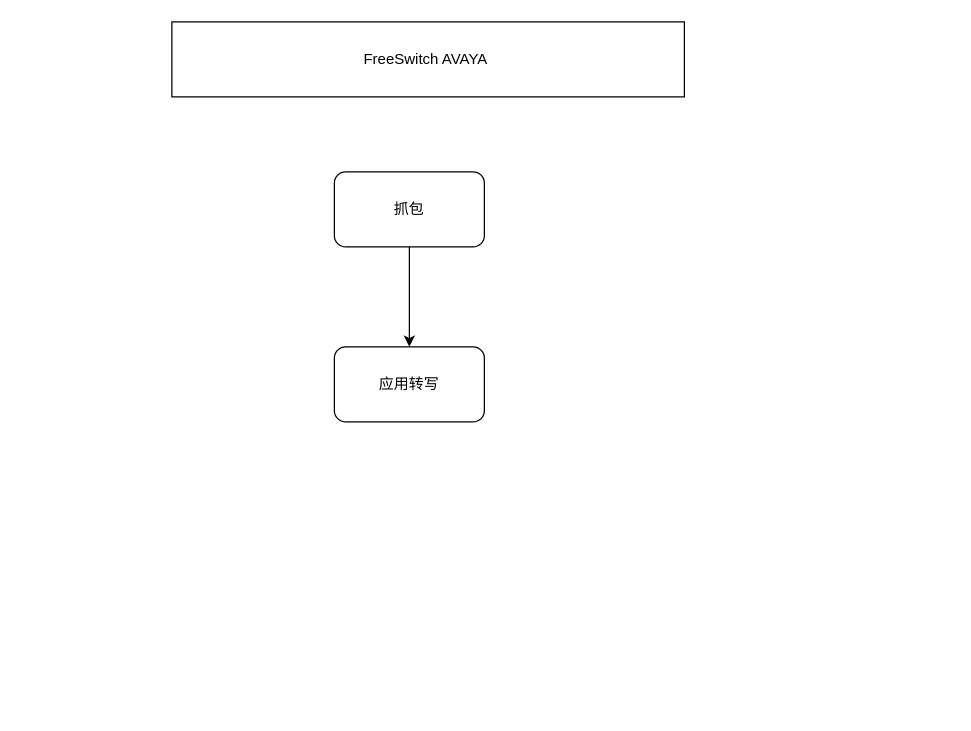
Earlier version of the draw.io diagram 未命名表单.drawio (DearZh/MonkeyScript). Source tidied: cells renumbered, new cells numbered last; positions are measured from the earlier drawing's top-left corner, leaving out a move shared by most shapes. Both pictures are drawn from the tidied source at 125%, with x=0, y=0 at pixel (171, 21).
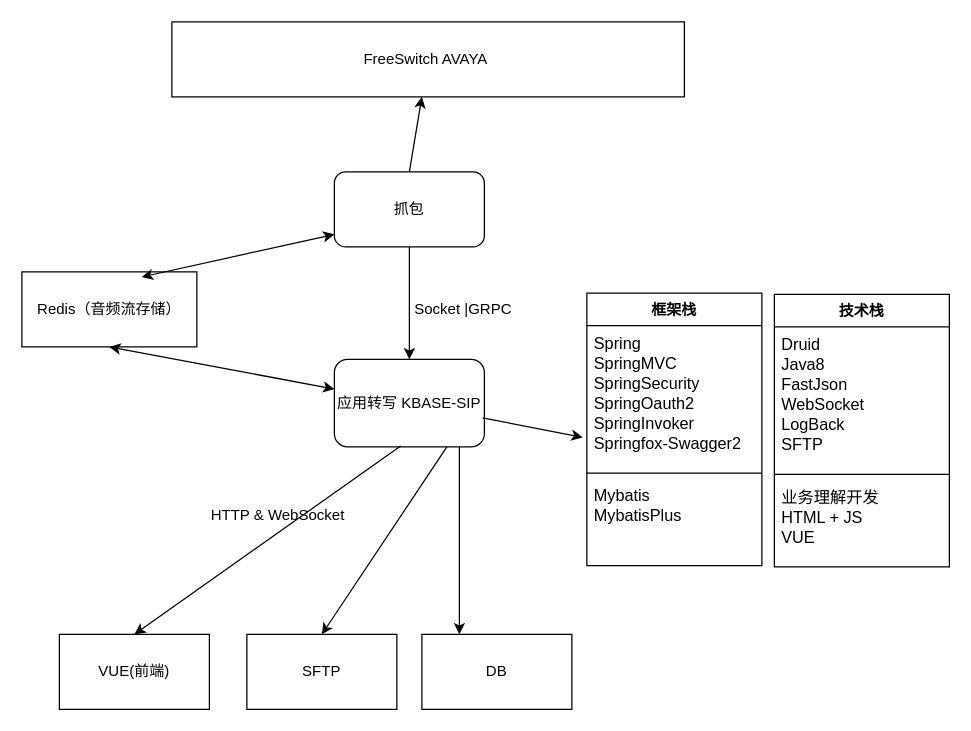
Above is the later version.

Commit message:
更新未命名表单.drawio

Unchanged cells that the change refers to:
```xml
<mxCell id="3" value="抓包" style="rounded=1;whiteSpace=wrap;html=1;" parent="1" vertex="1">
  <mxGeometry x="130" y="120" width="120" height="60" as="geometry" />
</mxCell>
<mxCell id="5" value="FreeSwitch AVAYA&amp;nbsp;" style="rounded=0;whiteSpace=wrap;html=1;" parent="1" vertex="1">
  <mxGeometry width="410" height="60" as="geometry" />
</mxCell>
```

Change to the diagram source:
```diff
@@
-    <mxCell id="4" value="应用转写" style="rounded=1;whiteSpace=wrap;html=1;" parent="1" vertex="1">
-      <mxGeometry x="130" y="260" width="120" height="60" as="geometry" />
+    <mxCell id="4" value="应用转写 KBASE-SIP" style="rounded=1;whiteSpace=wrap;html=1;" parent="1" vertex="1">
+      <mxGeometry x="130" y="270" width="120" height="70" as="geometry" />
     </mxCell>
@@
+    <mxCell id="6" value="Socket |GRPC&amp;nbsp;&lt;br&gt;" style="text;html=1;strokeColor=none;fillColor=none;align=center;verticalAlign=middle;whiteSpace=wrap;rounded=0;" parent="1" vertex="1">
+      <mxGeometry x="160" y="220" width="150" height="20" as="geometry" />
+    </mxCell>
+    <mxCell id="7" value="Redis（音频流存储）&lt;br&gt;" style="rounded=0;whiteSpace=wrap;html=1;" parent="1" vertex="1">
+      <mxGeometry x="-120" y="200" width="140" height="60" as="geometry" />
+    </mxCell>
+    <mxCell id="8" style="endArrow=classic;startArrow=classic;html=1;exitX=0.685;exitY=0.068;exitDx=0;exitDy=0;exitPerimeter=0;" parent="1" edge="1" source="7">
+      <mxGeometry relative="1" as="geometry">
+        <mxPoint x="130" y="170" as="targetPoint" />
+        <Array as="points">
+          <mxPoint x="130" y="170" />
+        </Array>
+      </mxGeometry>
+    </mxCell>
+    <mxCell id="9" style="endArrow=classic;startArrow=classic;html=1;exitX=0.5;exitY=1;exitDx=0;exitDy=0;" parent="1" edge="1" source="7" target="4">
+      <mxGeometry relative="1" as="geometry" />
+    </mxCell>
+    <mxCell id="10" value="DB" style="rounded=0;whiteSpace=wrap;html=1;" parent="1" vertex="1">
+      <mxGeometry x="200" y="490" width="120" height="60" as="geometry" />
+    </mxCell>
+    <mxCell id="11" value="SFTP&lt;br&gt;" style="rounded=0;whiteSpace=wrap;html=1;" parent="1" vertex="1">
+      <mxGeometry x="60" y="490" width="120" height="60" as="geometry" />
+    </mxCell>
+    <mxCell id="12" value="VUE(前端)&lt;br&gt;" style="rounded=0;whiteSpace=wrap;html=1;" parent="1" vertex="1">
+      <mxGeometry x="-90" y="490" width="120" height="60" as="geometry" />
+    </mxCell>
+    <mxCell id="13" style="endArrow=classic;html=1;exitX=0.5;exitY=0;exitDx=0;exitDy=0;" parent="1" edge="1" source="3" target="5">
+      <mxGeometry relative="1" as="geometry" />
+    </mxCell>
+    <mxCell id="14" style="endArrow=classic;html=1;exitX=0.442;exitY=0.99;exitDx=0;exitDy=0;exitPerimeter=0;entryX=0.5;entryY=0;entryDx=0;entryDy=0;" parent="1" edge="1" source="4" target="12">
+      <mxGeometry relative="1" as="geometry" />
+    </mxCell>
+    <mxCell id="15" value="HTTP &amp;amp; WebSocket&lt;br&gt;" style="text;html=1;strokeColor=none;fillColor=none;align=center;verticalAlign=middle;whiteSpace=wrap;rounded=0;" parent="1" vertex="1">
+      <mxGeometry x="10" y="385" width="150" height="20" as="geometry" />
+    </mxCell>
+    <mxCell id="16" style="endArrow=classic;html=1;entryX=0.5;entryY=0;entryDx=0;entryDy=0;exitX=0.75;exitY=1;exitDx=0;exitDy=0;" parent="1" edge="1" source="4" target="11">
+      <mxGeometry relative="1" as="geometry" />
+    </mxCell>
+    <mxCell id="17" style="endArrow=classic;html=1;entryX=0.25;entryY=0;entryDx=0;entryDy=0;" parent="1" edge="1" target="10">
+      <mxGeometry relative="1" as="geometry">
+        <mxPoint x="230" y="340" as="sourcePoint" />
+      </mxGeometry>
+    </mxCell>
+    <mxCell id="18" value="框架栈&#10;" style="swimlane;fontStyle=1;align=center;verticalAlign=top;horizontal=1;startSize=26;" parent="1" vertex="1">
+      <mxGeometry x="332" y="217" width="140" height="218" as="geometry" />
+    </mxCell>
+    <mxCell id="19" value="Spring&#10;SpringMVC&#10;SpringSecurity&#10;SpringOauth2&#10;SpringInvoker &#10;Springfox-Swagger2" style="text;strokeColor=none;fillColor=none;align=left;verticalAlign=top;spacingLeft=4;spacingRight=4;overflow=hidden;points=[[0,0.5],[1,0.5]];portConstraint=eastwest;fontSize=13;" parent="18" vertex="1">
+      <mxGeometry y="26" width="140" height="114" as="geometry" />
+    </mxCell>
+    <mxCell id="20" style="line;strokeWidth=1;fillColor=none;align=left;verticalAlign=middle;spacingTop=-1;spacingLeft=3;spacingRight=3;labelPosition=right;" parent="18" vertex="1">
+      <mxGeometry y="140" width="140" height="8" as="geometry" />
+    </mxCell>
+    <mxCell id="21" value="Mybatis&#10;MybatisPlus&#10;&#10;&#10;" style="text;strokeColor=none;fillColor=none;align=left;verticalAlign=top;spacingLeft=4;spacingRight=4;overflow=hidden;fontSize=13;" parent="18" vertex="1">
+      <mxGeometry y="148" width="140" height="70" as="geometry" />
+    </mxCell>
+    <mxCell id="22" value="技术栈" style="swimlane;fontStyle=1;align=center;verticalAlign=top;horizontal=1;startSize=26;" parent="1" vertex="1">
+      <mxGeometry x="482" y="218" width="140" height="218" as="geometry" />
+    </mxCell>
+    <mxCell id="23" value="Druid&#10;Java8&#10;FastJson&#10;WebSocket&#10;LogBack&#10;SFTP&#10;" style="text;strokeColor=none;fillColor=none;align=left;verticalAlign=top;spacingLeft=4;spacingRight=4;overflow=hidden;fontSize=13;" parent="22" vertex="1">
+      <mxGeometry y="26" width="140" height="114" as="geometry" />
+    </mxCell>
+    <mxCell id="24" style="line;strokeWidth=1;fillColor=none;align=left;verticalAlign=middle;spacingTop=-1;spacingLeft=3;spacingRight=3;labelPosition=right;" parent="22" vertex="1">
+      <mxGeometry y="140" width="140" height="8" as="geometry" />
+    </mxCell>
+    <mxCell id="25" value="业务理解开发&#10;HTML + JS &#10;VUE" style="text;strokeColor=none;fillColor=none;align=left;verticalAlign=top;spacingLeft=4;spacingRight=4;overflow=hidden;fontSize=13;" parent="22" vertex="1">
+      <mxGeometry y="148" width="140" height="70" as="geometry" />
+    </mxCell>
+    <mxCell id="26" style="endArrow=classic;html=1;fontSize=13;entryX=-0.024;entryY=0.784;entryDx=0;entryDy=0;entryPerimeter=0;exitX=0.988;exitY=0.668;exitDx=0;exitDy=0;exitPerimeter=0;" parent="1" edge="1" source="4" target="19">
+      <mxGeometry relative="1" as="geometry" />
+    </mxCell>
```
